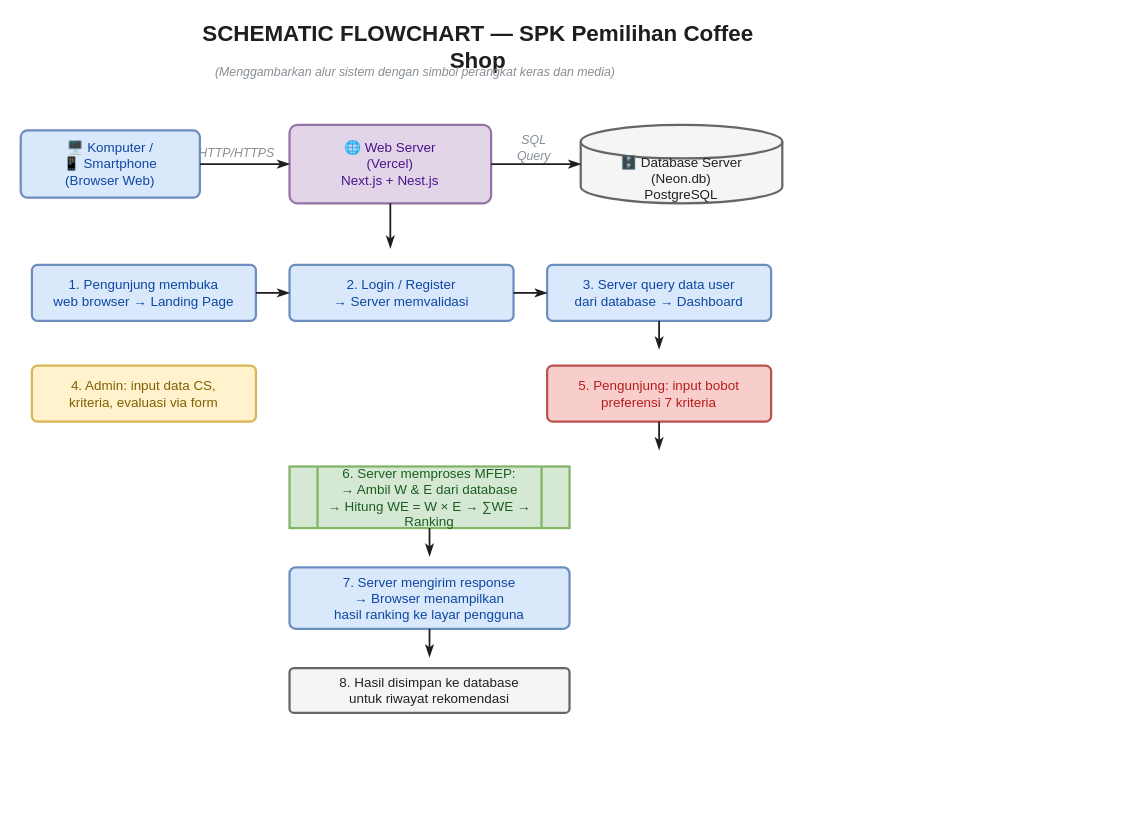
The draw.io diagram drawio/schematic_flowchart.drawio in akbarwijayaa/ansi-07, before the edit. Source tidied: cells renumbered, new cells numbered last; positions are measured from the earlier drawing's top-left corner, leaving out a move shared by most shapes. Both pictures are drawn from the tidied source at 112%, with x=0, y=0 at pixel (20, 31).
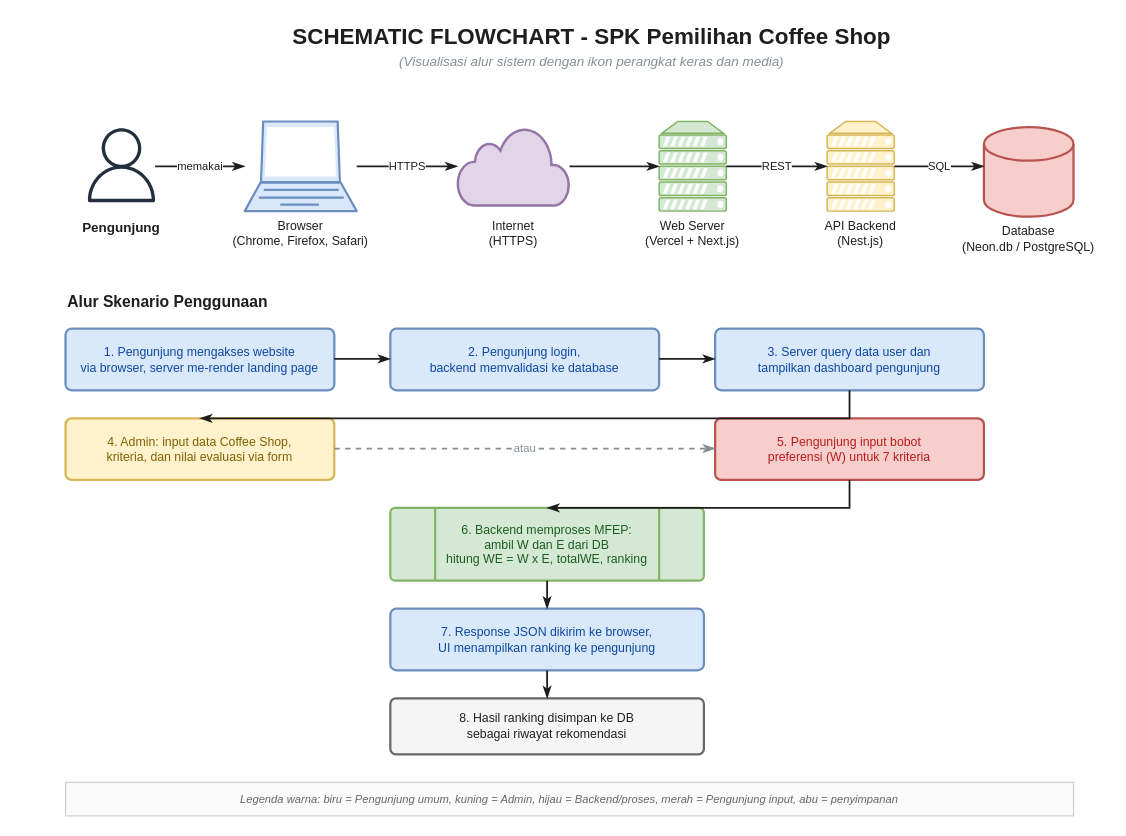
The same diagram, later.

Commit message (it also covers changes not shown here):
docs(diagram): refactor flowcharts to follow Indonesian flowchart guideline

The edit, as a diff of the source:
```diff
@@
-    <mxCell id="2" value="🖥️ Komputer /&lt;br&gt;📱 Smartphone&lt;br&gt;(Browser Web)" style="rounded=1;arcSize=10;fillColor=#dae8fc;strokeColor=#6c8ebf;fontColor=#0D47A1;fontSize=12;strokeWidth=2;shadow=0;html=1;whiteSpace=wrap;align=center;verticalAlign=middle;" parent="1" vertex="1">
-      <mxGeometry y="88" width="160" height="60" as="geometry" />
-    </mxCell>
-    <mxCell id="3" value="🌐 Web Server&lt;br&gt;(Vercel)&lt;br&gt;Next.js + Nest.js" style="rounded=1;arcSize=10;fillColor=#e1d5e7;strokeColor=#9673a6;fontColor=#4A148C;fontSize=12;strokeWidth=2;shadow=0;html=1;whiteSpace=wrap;align=center;verticalAlign=middle;" parent="1" vertex="1">
-      <mxGeometry x="240" y="83" width="180" height="70" as="geometry" />
-    </mxCell>
-    <mxCell id="4" value="🗄️ Database Server&lt;br&gt;(Neon.db)&lt;br&gt;PostgreSQL" style="shape=cylinder3;boundedLbl=1;backgroundOutline=1;size=15;fillColor=#f5f5f5;strokeColor=#666666;fontColor=#212121;fontSize=12;strokeWidth=2;shadow=0;html=1;whiteSpace=wrap;align=center;verticalAlign=middle;" parent="1" vertex="1">
-      <mxGeometry x="500" y="83" width="180" height="70" as="geometry" />
-    </mxCell>
-    <mxCell id="5" value="1. Pengunjung membuka&lt;br&gt;web browser → Landing Page" style="rounded=1;arcSize=10;fillColor=#dae8fc;strokeColor=#6c8ebf;fontColor=#0D47A1;fontSize=12;strokeWidth=2;shadow=0;html=1;whiteSpace=wrap;align=center;verticalAlign=middle;" parent="1" vertex="1">
-      <mxGeometry x="10" y="208" width="200" height="50" as="geometry" />
-    </mxCell>
-    <mxCell id="6" value="2. Login / Register&lt;br&gt;→ Server memvalidasi" style="rounded=1;arcSize=10;fillColor=#dae8fc;strokeColor=#6c8ebf;fontColor=#0D47A1;fontSize=12;strokeWidth=2;shadow=0;html=1;whiteSpace=wrap;align=center;verticalAlign=middle;" parent="1" vertex="1">
-      <mxGeometry x="240" y="208" width="200" height="50" as="geometry" />
-    </mxCell>
-    <mxCell id="7" value="3. Server query data user&lt;br&gt;dari database → Dashboard" style="rounded=1;arcSize=10;fillColor=#dae8fc;strokeColor=#6c8ebf;fontColor=#0D47A1;fontSize=12;strokeWidth=2;shadow=0;html=1;whiteSpace=wrap;align=center;verticalAlign=middle;" parent="1" vertex="1">
-      <mxGeometry x="470" y="208" width="200" height="50" as="geometry" />
-    </mxCell>
-    <mxCell id="8" value="4. Admin: input data CS,&lt;br&gt;kriteria, evaluasi via form" style="rounded=1;arcSize=10;fillColor=#fff2cc;strokeColor=#d6b656;fontColor=#7F6000;fontSize=12;strokeWidth=2;shadow=0;html=1;whiteSpace=wrap;align=center;verticalAlign=middle;" parent="1" vertex="1">
-      <mxGeometry x="10" y="298" width="200" height="50" as="geometry" />
-    </mxCell>
-    <mxCell id="9" value="5. Pengunjung: input bobot&lt;br&gt;preferensi 7 kriteria" style="rounded=1;arcSize=10;fillColor=#f8cecc;strokeColor=#b85450;fontColor=#B71C1C;fontSize=12;strokeWidth=2;shadow=0;html=1;whiteSpace=wrap;align=center;verticalAlign=middle;" parent="1" vertex="1">
-      <mxGeometry x="470" y="298" width="200" height="50" as="geometry" />
-    </mxCell>
-    <mxCell id="10" value="6. Server memproses MFEP:&lt;br&gt;→ Ambil W &amp; E dari database&lt;br&gt;→ Hitung WE = W × E → ∑WE → Ranking" style="shape=process;fillColor=#d5e8d4;strokeColor=#82b366;fontColor=#1B5E20;fontSize=12;strokeWidth=2;shadow=0;html=1;whiteSpace=wrap;align=center;verticalAlign=middle;" parent="1" vertex="1">
-      <mxGeometry x="240" y="388" width="250" height="55" as="geometry" />
-    </mxCell>
-    <mxCell id="11" value="7. Server mengirim response&lt;br&gt;→ Browser menampilkan&lt;br&gt;hasil ranking ke layar pengguna" style="rounded=1;arcSize=10;fillColor=#dae8fc;strokeColor=#6c8ebf;fontColor=#0D47A1;fontSize=12;strokeWidth=2;shadow=0;html=1;whiteSpace=wrap;align=center;verticalAlign=middle;" parent="1" vertex="1">
-      <mxGeometry x="240" y="478" width="250" height="55" as="geometry" />
-    </mxCell>
-    <mxCell id="12" value="8. Hasil disimpan ke database&lt;br&gt;untuk riwayat rekomendasi" style="rounded=1;arcSize=10;fillColor=#f5f5f5;strokeColor=#666666;fontColor=#212121;fontSize=12;strokeWidth=2;shadow=0;html=1;whiteSpace=wrap;align=center;verticalAlign=middle;" parent="1" vertex="1">
-      <mxGeometry x="240" y="568" width="250" height="40" as="geometry" />
-    </mxCell>
-    <mxCell id="13" value="SCHEMATIC FLOWCHART — SPK Pemilihan Coffee Shop" style="text;html=1;strokeColor=none;fillColor=none;fontColor=#1e1e1e;fontSize=20;align=center;verticalAlign=middle;whiteSpace=wrap;fontStyle=1;" parent="1" vertex="1">
-      <mxGeometry x="150" width="517" height="25" as="geometry" />
-    </mxCell>
-    <mxCell id="14" value="(Menggambarkan alur sistem dengan simbol perangkat keras dan media)" style="text;html=1;strokeColor=none;fillColor=none;fontColor=#868e96;fontSize=11;align=center;verticalAlign=middle;whiteSpace=wrap;fontStyle=2;" parent="1" vertex="1">
-      <mxGeometry x="150" y="28" width="405.3" height="16" as="geometry" />
-    </mxCell>
-    <mxCell id="15" value="HTTP/HTTPS" style="text;html=1;strokeColor=none;fillColor=none;fontColor=#868e96;fontSize=11;align=center;verticalAlign=middle;whiteSpace=wrap;fontStyle=2;" parent="1" vertex="1">
-      <mxGeometry x="168" y="100" width="49.5" height="16" as="geometry" />
-    </mxCell>
-    <mxCell id="16" value="SQL Query" style="text;html=1;strokeColor=none;fillColor=none;fontColor=#868e96;fontSize=11;align=center;verticalAlign=middle;whiteSpace=wrap;fontStyle=2;" parent="1" vertex="1">
-      <mxGeometry x="436.1" y="95.7" width="44.5" height="16" as="geometry" />
-    </mxCell>
-    <mxCell id="17" style="endArrow=classicThin;endFill=1;html=1;rounded=0;strokeColor=#1e1e1e;strokeWidth=1.6;fontColor=#1e1e1e;fontSize=11;" parent="1" edge="1">
-      <mxGeometry relative="1" as="geometry">
-        <mxPoint x="160" y="118" as="sourcePoint" />
-        <mxPoint x="240" y="118" as="targetPoint" />
-      </mxGeometry>
-    </mxCell>
-    <mxCell id="18" style="endArrow=classicThin;endFill=1;html=1;rounded=0;strokeColor=#1e1e1e;strokeWidth=1.6;fontColor=#1e1e1e;fontSize=11;" parent="1" edge="1">
-      <mxGeometry relative="1" as="geometry">
-        <mxPoint x="420" y="118" as="sourcePoint" />
-        <mxPoint x="500" y="118" as="targetPoint" />
-      </mxGeometry>
-    </mxCell>
-    <mxCell id="19" style="endArrow=classicThin;endFill=1;html=1;rounded=0;strokeColor=#1e1e1e;strokeWidth=1.6;fontColor=#1e1e1e;fontSize=11;" parent="1" edge="1">
-      <mxGeometry relative="1" as="geometry">
-        <mxPoint x="330" y="153" as="sourcePoint" />
-        <mxPoint x="330" y="193" as="targetPoint" />
-      </mxGeometry>
-    </mxCell>
-    <mxCell id="20" style="endArrow=classicThin;endFill=1;html=1;rounded=0;strokeColor=#1e1e1e;strokeWidth=1.6;fontColor=#1e1e1e;fontSize=11;" parent="1" edge="1">
-      <mxGeometry relative="1" as="geometry">
-        <mxPoint x="210" y="233" as="sourcePoint" />
-        <mxPoint x="240" y="233" as="targetPoint" />
-      </mxGeometry>
-    </mxCell>
-    <mxCell id="21" style="endArrow=classicThin;endFill=1;html=1;rounded=0;strokeColor=#1e1e1e;strokeWidth=1.6;fontColor=#1e1e1e;fontSize=11;" parent="1" edge="1">
-      <mxGeometry relative="1" as="geometry">
-        <mxPoint x="440" y="233" as="sourcePoint" />
-        <mxPoint x="470" y="233" as="targetPoint" />
-      </mxGeometry>
-    </mxCell>
-    <mxCell id="22" style="endArrow=classicThin;endFill=1;html=1;rounded=0;strokeColor=#1e1e1e;strokeWidth=1.6;fontColor=#1e1e1e;fontSize=11;" parent="1" edge="1">
-      <mxGeometry relative="1" as="geometry">
-        <mxPoint x="570" y="258" as="sourcePoint" />
-        <mxPoint x="570" y="283" as="targetPoint" />
-      </mxGeometry>
-    </mxCell>
-    <mxCell id="23" style="endArrow=classicThin;endFill=1;html=1;rounded=0;strokeColor=#1e1e1e;strokeWidth=1.6;fontColor=#1e1e1e;fontSize=11;" parent="1" edge="1">
-      <mxGeometry relative="1" as="geometry">
-        <mxPoint x="570" y="348" as="sourcePoint" />
-        <mxPoint x="570" y="373" as="targetPoint" />
-      </mxGeometry>
-    </mxCell>
-    <mxCell id="24" style="endArrow=classicThin;endFill=1;html=1;rounded=0;strokeColor=#1e1e1e;strokeWidth=1.6;fontColor=#1e1e1e;fontSize=11;" parent="1" edge="1">
-      <mxGeometry relative="1" as="geometry">
-        <mxPoint x="365" y="443" as="sourcePoint" />
-        <mxPoint x="365" y="468" as="targetPoint" />
-      </mxGeometry>
-    </mxCell>
-    <mxCell id="25" style="endArrow=classicThin;endFill=1;html=1;rounded=0;strokeColor=#1e1e1e;strokeWidth=1.6;fontColor=#1e1e1e;fontSize=11;" parent="1" edge="1">
-      <mxGeometry relative="1" as="geometry">
-        <mxPoint x="365" y="533" as="sourcePoint" />
-        <mxPoint x="365" y="558" as="targetPoint" />
-      </mxGeometry>
-    </mxCell>
+    <mxCell id="26" value="SCHEMATIC FLOWCHART - SPK Pemilihan Coffee Shop" style="text;html=1;strokeColor=none;fillColor=none;fontColor=#1e1e1e;fontSize=20;align=center;verticalAlign=middle;whiteSpace=wrap;fontStyle=1;" parent="1" vertex="1">
+      <mxGeometry x="60" y="-10" width="900" height="25" as="geometry" />
+    </mxCell>
+    <mxCell id="27" value="(Visualisasi alur sistem dengan ikon perangkat keras dan media)" style="text;html=1;strokeColor=none;fillColor=none;fontColor=#868e96;fontSize=12;align=center;verticalAlign=middle;whiteSpace=wrap;fontStyle=2;" parent="1" vertex="1">
+      <mxGeometry x="60" y="18" width="900" height="18" as="geometry" />
+    </mxCell>
+    <mxCell id="28" style="sketch=0;fontColor=#232F3E;gradientColor=none;fillColor=#232F3E;strokeColor=#232F3E;dashed=0;verticalLabelPosition=bottom;verticalAlign=top;align=center;html=1;shape=mxgraph.aws4.user;" parent="1" vertex="1">
+      <mxGeometry x="60" y="80" width="60" height="78" as="geometry" />
+    </mxCell>
+    <mxCell id="29" value="Pengunjung" style="text;html=1;strokeColor=none;fillColor=none;fontColor=#1e1e1e;fontSize=12;align=center;verticalAlign=middle;whiteSpace=wrap;fontStyle=1;" parent="1" vertex="1">
+      <mxGeometry x="40" y="165" width="100" height="20" as="geometry" />
+    </mxCell>
+    <mxCell id="30" style="sketch=0;html=1;dashed=0;whiteSpace=wrap;shadow=0;shape=mxgraph.networks.laptop;fillColor=#dae8fc;strokeColor=#6c8ebf;" parent="1" vertex="1">
+      <mxGeometry x="200" y="80" width="100" height="80" as="geometry" />
+    </mxCell>
+    <mxCell id="31" value="Browser&lt;br&gt;(Chrome, Firefox, Safari)" style="text;html=1;strokeColor=none;fillColor=none;fontColor=#1e1e1e;fontSize=11;align=center;verticalAlign=middle;whiteSpace=wrap;" parent="1" vertex="1">
+      <mxGeometry x="180" y="165" width="140" height="30" as="geometry" />
+    </mxCell>
+    <mxCell id="32" style="sketch=0;html=1;shape=mxgraph.networks.cloud;fillColor=#e1d5e7;strokeColor=#9673a6;" parent="1" vertex="1">
+      <mxGeometry x="390" y="85" width="100" height="70" as="geometry" />
+    </mxCell>
+    <mxCell id="33" value="Internet&lt;br&gt;(HTTPS)" style="text;html=1;strokeColor=none;fillColor=none;fontColor=#1e1e1e;fontSize=11;align=center;verticalAlign=middle;whiteSpace=wrap;" parent="1" vertex="1">
+      <mxGeometry x="390" y="165" width="100" height="30" as="geometry" />
+    </mxCell>
+    <mxCell id="34" style="sketch=0;html=1;shape=mxgraph.networks.server;fillColor=#d5e8d4;strokeColor=#82b366;" parent="1" vertex="1">
+      <mxGeometry x="570" y="80" width="60" height="80" as="geometry" />
+    </mxCell>
+    <mxCell id="35" value="Web Server&lt;br&gt;(Vercel + Next.js)" style="text;html=1;strokeColor=none;fillColor=none;fontColor=#1e1e1e;fontSize=11;align=center;verticalAlign=middle;whiteSpace=wrap;" parent="1" vertex="1">
+      <mxGeometry x="540" y="165" width="120" height="30" as="geometry" />
+    </mxCell>
+    <mxCell id="36" style="sketch=0;html=1;shape=mxgraph.networks.server;fillColor=#fff2cc;strokeColor=#d6b656;" parent="1" vertex="1">
+      <mxGeometry x="720" y="80" width="60" height="80" as="geometry" />
+    </mxCell>
+    <mxCell id="37" value="API Backend&lt;br&gt;(Nest.js)" style="text;html=1;strokeColor=none;fillColor=none;fontColor=#1e1e1e;fontSize=11;align=center;verticalAlign=middle;whiteSpace=wrap;" parent="1" vertex="1">
+      <mxGeometry x="690" y="165" width="120" height="30" as="geometry" />
+    </mxCell>
+    <mxCell id="38" style="shape=cylinder3;boundedLbl=1;backgroundOutline=1;size=15;fillColor=#f8cecc;strokeColor=#b85450;fontColor=#212121;fontSize=12;strokeWidth=2;html=1;whiteSpace=wrap;align=center;verticalAlign=middle;" parent="1" vertex="1">
+      <mxGeometry x="860" y="85" width="80" height="80" as="geometry" />
+    </mxCell>
+    <mxCell id="39" value="Database&lt;br&gt;(Neon.db / PostgreSQL)" style="text;html=1;strokeColor=none;fillColor=none;fontColor=#1e1e1e;fontSize=11;align=center;verticalAlign=middle;whiteSpace=wrap;" parent="1" vertex="1">
+      <mxGeometry x="830" y="170" width="140" height="30" as="geometry" />
+    </mxCell>
+    <mxCell id="40" value="memakai" style="endArrow=classicThin;endFill=1;html=1;rounded=0;strokeColor=#1e1e1e;strokeWidth=1.6;fontColor=#1e1e1e;fontSize=10;" parent="1" edge="1">
+      <mxGeometry relative="1" as="geometry">
+        <mxPoint x="120" y="120" as="sourcePoint" />
+        <mxPoint x="200" y="120" as="targetPoint" />
+      </mxGeometry>
+    </mxCell>
+    <mxCell id="41" value="HTTPS" style="endArrow=classicThin;endFill=1;html=1;rounded=0;strokeColor=#1e1e1e;strokeWidth=1.6;fontColor=#1e1e1e;fontSize=10;" parent="1" edge="1">
+      <mxGeometry relative="1" as="geometry">
+        <mxPoint x="300" y="120" as="sourcePoint" />
+        <mxPoint x="390" y="120" as="targetPoint" />
+      </mxGeometry>
+    </mxCell>
+    <mxCell id="42" style="endArrow=classicThin;endFill=1;html=1;rounded=0;strokeColor=#1e1e1e;strokeWidth=1.6;" parent="1" edge="1">
+      <mxGeometry relative="1" as="geometry">
+        <mxPoint x="490" y="120" as="sourcePoint" />
+        <mxPoint x="570" y="120" as="targetPoint" />
+      </mxGeometry>
+    </mxCell>
+    <mxCell id="43" value="REST" style="endArrow=classicThin;endFill=1;html=1;rounded=0;strokeColor=#1e1e1e;strokeWidth=1.6;fontColor=#1e1e1e;fontSize=10;" parent="1" edge="1">
+      <mxGeometry relative="1" as="geometry">
+        <mxPoint x="630" y="120" as="sourcePoint" />
+        <mxPoint x="720" y="120" as="targetPoint" />
+      </mxGeometry>
+    </mxCell>
+    <mxCell id="44" value="SQL" style="endArrow=classicThin;endFill=1;html=1;rounded=0;strokeColor=#1e1e1e;strokeWidth=1.6;fontColor=#1e1e1e;fontSize=10;" parent="1" edge="1">
+      <mxGeometry relative="1" as="geometry">
+        <mxPoint x="780" y="120" as="sourcePoint" />
+        <mxPoint x="860" y="120" as="targetPoint" />
+      </mxGeometry>
+    </mxCell>
+    <mxCell id="45" value="Alur Skenario Penggunaan" style="text;html=1;strokeColor=none;fillColor=none;fontColor=#1e1e1e;fontSize=14;align=left;verticalAlign=middle;whiteSpace=wrap;fontStyle=1;" parent="1" vertex="1">
+      <mxGeometry x="40" y="230" width="400" height="22" as="geometry" />
+    </mxCell>
+    <mxCell id="46" value="1. Pengunjung mengakses website&lt;br&gt;via browser, server me-render landing page" style="rounded=1;arcSize=10;fillColor=#dae8fc;strokeColor=#6c8ebf;fontColor=#0D47A1;fontSize=11;strokeWidth=2;shadow=0;html=1;whiteSpace=wrap;align=center;verticalAlign=middle;" parent="1" vertex="1">
+      <mxGeometry x="40" y="265" width="240" height="55" as="geometry" />
+    </mxCell>
+    <mxCell id="47" value="2. Pengunjung login,&lt;br&gt;backend memvalidasi ke database" style="rounded=1;arcSize=10;fillColor=#dae8fc;strokeColor=#6c8ebf;fontColor=#0D47A1;fontSize=11;strokeWidth=2;shadow=0;html=1;whiteSpace=wrap;align=center;verticalAlign=middle;" parent="1" vertex="1">
+      <mxGeometry x="330" y="265" width="240" height="55" as="geometry" />
+    </mxCell>
+    <mxCell id="48" value="3. Server query data user dan&lt;br&gt;tampilkan dashboard pengunjung" style="rounded=1;arcSize=10;fillColor=#dae8fc;strokeColor=#6c8ebf;fontColor=#0D47A1;fontSize=11;strokeWidth=2;shadow=0;html=1;whiteSpace=wrap;align=center;verticalAlign=middle;" parent="1" vertex="1">
+      <mxGeometry x="620" y="265" width="240" height="55" as="geometry" />
+    </mxCell>
+    <mxCell id="49" value="4. Admin: input data Coffee Shop,&lt;br&gt;kriteria, dan nilai evaluasi via form" style="rounded=1;arcSize=10;fillColor=#fff2cc;strokeColor=#d6b656;fontColor=#7F6000;fontSize=11;strokeWidth=2;shadow=0;html=1;whiteSpace=wrap;align=center;verticalAlign=middle;" parent="1" vertex="1">
+      <mxGeometry x="40" y="345" width="240" height="55" as="geometry" />
+    </mxCell>
+    <mxCell id="50" value="5. Pengunjung input bobot&lt;br&gt;preferensi (W) untuk 7 kriteria" style="rounded=1;arcSize=10;fillColor=#f8cecc;strokeColor=#b85450;fontColor=#B71C1C;fontSize=11;strokeWidth=2;shadow=0;html=1;whiteSpace=wrap;align=center;verticalAlign=middle;" parent="1" vertex="1">
+      <mxGeometry x="620" y="345" width="240" height="55" as="geometry" />
+    </mxCell>
+    <mxCell id="51" value="6. Backend memproses MFEP:&lt;br&gt;ambil W dan E dari DB&lt;br&gt;hitung WE = W x E, totalWE, ranking" style="shape=mxgraph.flowchart.predefined_process;fillColor=#d5e8d4;strokeColor=#82b366;fontColor=#1B5E20;fontSize=11;strokeWidth=2;shadow=0;html=1;whiteSpace=wrap;align=center;verticalAlign=middle;" parent="1" vertex="1">
+      <mxGeometry x="330" y="425" width="280" height="65" as="geometry" />
+    </mxCell>
+    <mxCell id="52" value="7. Response JSON dikirim ke browser,&lt;br&gt;UI menampilkan ranking ke pengunjung" style="rounded=1;arcSize=10;fillColor=#dae8fc;strokeColor=#6c8ebf;fontColor=#0D47A1;fontSize=11;strokeWidth=2;shadow=0;html=1;whiteSpace=wrap;align=center;verticalAlign=middle;" parent="1" vertex="1">
+      <mxGeometry x="330" y="515" width="280" height="55" as="geometry" />
+    </mxCell>
+    <mxCell id="53" value="8. Hasil ranking disimpan ke DB&lt;br&gt;sebagai riwayat rekomendasi" style="rounded=1;arcSize=10;fillColor=#f5f5f5;strokeColor=#666666;fontColor=#212121;fontSize=11;strokeWidth=2;shadow=0;html=1;whiteSpace=wrap;align=center;verticalAlign=middle;" parent="1" vertex="1">
+      <mxGeometry x="330" y="595" width="280" height="50" as="geometry" />
+    </mxCell>
+    <mxCell id="54" style="endArrow=classicThin;endFill=1;html=1;rounded=0;strokeColor=#1e1e1e;strokeWidth=1.6;" parent="1" edge="1">
+      <mxGeometry relative="1" as="geometry">
+        <mxPoint x="280" y="292" as="sourcePoint" />
+        <mxPoint x="330" y="292" as="targetPoint" />
+      </mxGeometry>
+    </mxCell>
+    <mxCell id="55" style="endArrow=classicThin;endFill=1;html=1;rounded=0;strokeColor=#1e1e1e;strokeWidth=1.6;" parent="1" edge="1">
+      <mxGeometry relative="1" as="geometry">
+        <mxPoint x="570" y="292" as="sourcePoint" />
+        <mxPoint x="620" y="292" as="targetPoint" />
+      </mxGeometry>
+    </mxCell>
+    <mxCell id="56" style="endArrow=classicThin;endFill=1;html=1;rounded=0;strokeColor=#1e1e1e;strokeWidth=1.6;" parent="1" edge="1">
+      <mxGeometry relative="1" as="geometry">
+        <mxPoint x="740" y="320" as="sourcePoint" />
+        <mxPoint x="160" y="345" as="targetPoint" />
+        <Array as="points">
+          <mxPoint x="740" y="345" />
+        </Array>
+      </mxGeometry>
+    </mxCell>
+    <mxCell id="57" value="atau" style="endArrow=classicThin;endFill=1;html=1;rounded=0;strokeColor=#868e96;strokeWidth=1.6;dashed=1;fontColor=#868e96;fontSize=10;" parent="1" edge="1">
+      <mxGeometry relative="1" as="geometry">
+        <mxPoint x="280" y="372" as="sourcePoint" />
+        <mxPoint x="620" y="372" as="targetPoint" />
+      </mxGeometry>
+    </mxCell>
+    <mxCell id="58" style="endArrow=classicThin;endFill=1;html=1;rounded=0;strokeColor=#1e1e1e;strokeWidth=1.6;" parent="1" edge="1">
+      <mxGeometry relative="1" as="geometry">
+        <mxPoint x="740" y="400" as="sourcePoint" />
+        <mxPoint x="470" y="425" as="targetPoint" />
+        <Array as="points">
+          <mxPoint x="740" y="425" />
+        </Array>
+      </mxGeometry>
+    </mxCell>
+    <mxCell id="59" style="endArrow=classicThin;endFill=1;html=1;rounded=0;strokeColor=#1e1e1e;strokeWidth=1.6;" parent="1" edge="1">
+      <mxGeometry relative="1" as="geometry">
+        <mxPoint x="470" y="490" as="sourcePoint" />
+        <mxPoint x="470" y="515" as="targetPoint" />
+      </mxGeometry>
+    </mxCell>
+    <mxCell id="60" style="endArrow=classicThin;endFill=1;html=1;rounded=0;strokeColor=#1e1e1e;strokeWidth=1.6;" parent="1" edge="1">
+      <mxGeometry relative="1" as="geometry">
+        <mxPoint x="470" y="570" as="sourcePoint" />
+        <mxPoint x="470" y="595" as="targetPoint" />
+      </mxGeometry>
+    </mxCell>
+    <mxCell id="61" value="Legenda warna: biru = Pengunjung umum, kuning = Admin, hijau = Backend/proses, merah = Pengunjung input, abu = penyimpanan" style="text;html=1;strokeColor=#cccccc;fillColor=#fafafa;fontColor=#666666;fontSize=10;align=center;verticalAlign=middle;whiteSpace=wrap;fontStyle=2;rounded=0;" parent="1" vertex="1">
+      <mxGeometry x="40" y="670" width="900" height="30" as="geometry" />
+    </mxCell>
```
